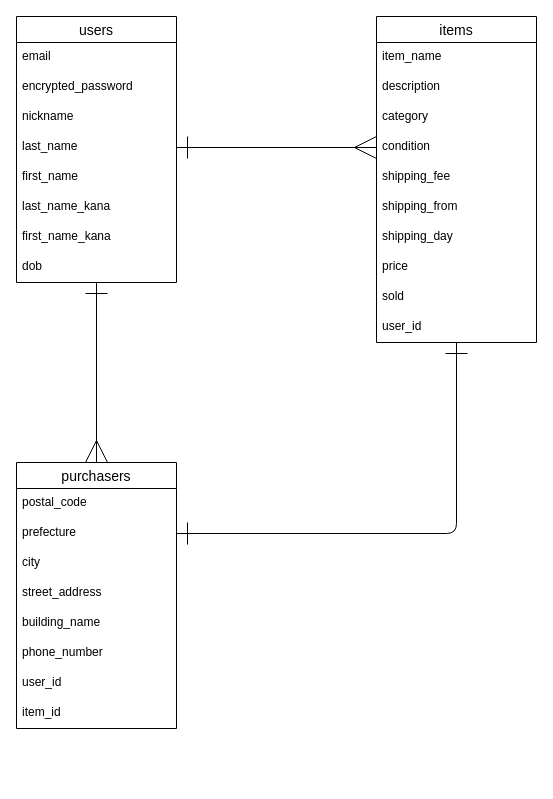
The draw.io diagram er.dio in ryodaiba/furima-40959, before the edit. Source tidied: cells renumbered, new cells numbered last; positions are measured from the earlier drawing's top-left corner, leaving out a move shared by most shapes. Both pictures are drawn from the tidied source at 100%, with x=0, y=0 at pixel (16, 16).
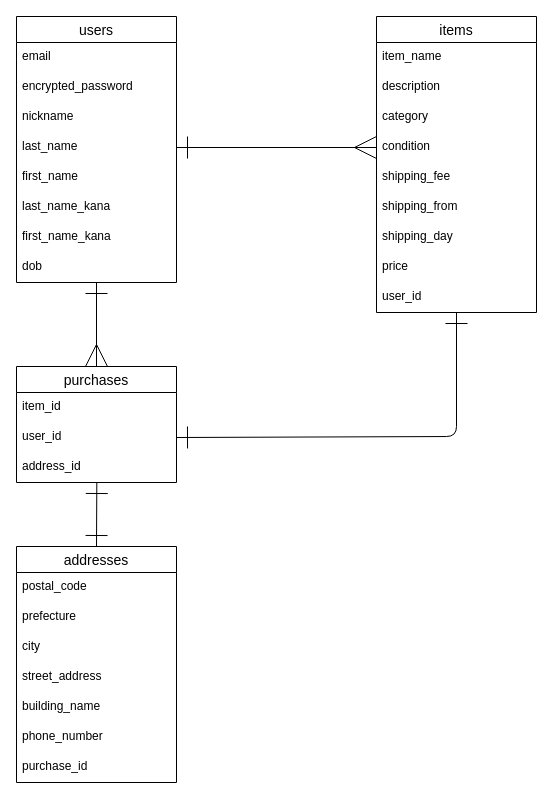
After the change.

Commit message (it also covers changes not shown here):
ER図とREADMEの修正

Unchanged cells that the change refers to:
```xml
<mxCell id="6" value="last_name" style="text;strokeColor=none;fillColor=none;spacingLeft=4;spacingRight=4;overflow=hidden;points=[[0,0.5],[1,0.5]];portConstraint=eastwest;fontSize=12;" parent="2" vertex="1">
  <mxGeometry y="116" width="160" height="30" as="geometry" />
</mxCell>
<mxCell id="10" value="dob" style="text;strokeColor=none;fillColor=none;spacingLeft=4;spacingRight=4;overflow=hidden;points=[[0,0.5],[1,0.5]];portConstraint=eastwest;fontSize=12;" parent="2" vertex="1">
  <mxGeometry y="236" width="160" height="30" as="geometry" />
</mxCell>
<mxCell id="15" value="condition" style="text;strokeColor=none;fillColor=none;spacingLeft=4;spacingRight=4;overflow=hidden;points=[[0,0.5],[1,0.5]];portConstraint=eastwest;fontSize=12;" parent="11" vertex="1">
  <mxGeometry y="116" width="160" height="30" as="geometry" />
</mxCell>
```

Diff of the diagram source:
```diff
@@
     <mxCell id="11" value="items" style="swimlane;fontStyle=0;horizontal=1;startSize=26;align=center;fontSize=14;" parent="1" vertex="1">
-      <mxGeometry x="360" width="160" height="326" as="geometry" />
+      <mxGeometry x="360" width="160" height="296" as="geometry" />
     </mxCell>
@@
-    <mxCell id="20" value="sold" style="text;strokeColor=none;fillColor=none;spacingLeft=4;spacingRight=4;overflow=hidden;fontSize=12;" parent="11" vertex="1">
-      <mxGeometry y="266" width="160" height="30" as="geometry" />
-    </mxCell>
     <mxCell id="21" value="user_id" style="text;strokeColor=none;fillColor=none;spacingLeft=4;spacingRight=4;overflow=hidden;fontSize=12;" parent="11" vertex="1">
-      <mxGeometry y="296" width="160" height="30" as="geometry" />
+      <mxGeometry y="266" width="160" height="30" as="geometry" />
     </mxCell>
-    <mxCell id="22" value="purchasers" style="swimlane;fontStyle=0;horizontal=1;startSize=26;align=center;fontSize=14;" parent="1" vertex="1">
-      <mxGeometry y="446" width="160" height="266" as="geometry" />
+    <mxCell id="22" value="purchases" style="swimlane;fontStyle=0;horizontal=1;startSize=26;align=center;fontSize=14;" parent="1" vertex="1">
+      <mxGeometry y="350" width="160" height="116" as="geometry" />
     </mxCell>
-    <mxCell id="23" value="postal_code" style="text;strokeColor=none;fillColor=none;spacingLeft=4;spacingRight=4;overflow=hidden;fontSize=12;" parent="22" vertex="1">
+    <mxCell id="23" value="item_id" style="text;strokeColor=none;fillColor=none;spacingLeft=4;spacingRight=4;overflow=hidden;fontSize=12;" parent="22" vertex="1">
       <mxGeometry y="26" width="160" height="30" as="geometry" />
     </mxCell>
-    <mxCell id="24" value="prefecture" style="text;strokeColor=none;fillColor=none;spacingLeft=4;spacingRight=4;overflow=hidden;points=[[0,0.5],[1,0.5]];portConstraint=eastwest;fontSize=12;" parent="22" vertex="1">
+    <mxCell id="24" value="user_id" style="text;strokeColor=none;fillColor=none;spacingLeft=4;spacingRight=4;overflow=hidden;points=[[0,0.5],[1,0.5]];portConstraint=eastwest;fontSize=12;" parent="22" vertex="1">
       <mxGeometry y="56" width="160" height="30" as="geometry" />
     </mxCell>
-    <mxCell id="25" value="city" style="text;strokeColor=none;fillColor=none;spacingLeft=4;spacingRight=4;overflow=hidden;points=[[0,0.5],[1,0.5]];portConstraint=eastwest;fontSize=12;" parent="22" vertex="1">
+    <mxCell id="25" value="address_id" style="text;strokeColor=none;fillColor=none;spacingLeft=4;spacingRight=4;overflow=hidden;points=[[0,0.5],[1,0.5]];portConstraint=eastwest;fontSize=12;" parent="22" vertex="1">
       <mxGeometry y="86" width="160" height="30" as="geometry" />
     </mxCell>
+    <mxCell id="31" style="edgeStyle=none;html=1;exitX=1;exitY=0.5;exitDx=0;exitDy=0;startArrow=ERone;startFill=0;endArrow=ERmany;endFill=0;endSize=20;startSize=20;entryX=0;entryY=0.5;entryDx=0;entryDy=0;" parent="1" edge="1" source="6" target="15">
+      <mxGeometry relative="1" as="geometry" />
+    </mxCell>
+    <mxCell id="32" style="edgeStyle=none;jumpSize=12;html=1;exitX=1;exitY=0.5;exitDx=0;exitDy=0;startArrow=ERone;startFill=0;endArrow=ERone;endFill=0;startSize=20;endSize=20;targetPerimeterSpacing=0;" parent="1" edge="1" source="24" target="11">
+      <mxGeometry relative="1" as="geometry">
+        <Array as="points">
+          <mxPoint x="440" y="420" />
+        </Array>
+      </mxGeometry>
+    </mxCell>
+    <mxCell id="33" style="edgeStyle=none;jumpSize=12;html=1;entryX=0.5;entryY=0;entryDx=0;entryDy=0;startArrow=ERone;startFill=0;endArrow=ERmany;endFill=0;startSize=20;endSize=20;targetPerimeterSpacing=0;" parent="1" edge="1" source="10" target="22">
+      <mxGeometry relative="1" as="geometry" />
+    </mxCell>
+    <mxCell id="34" value="addresses" style="swimlane;fontStyle=0;horizontal=1;startSize=26;align=center;fontSize=14;" parent="1" vertex="1">
+      <mxGeometry y="530" width="160" height="236" as="geometry" />
+    </mxCell>
+    <mxCell id="35" value="postal_code" style="text;strokeColor=none;fillColor=none;spacingLeft=4;spacingRight=4;overflow=hidden;fontSize=12;" parent="34" vertex="1">
+      <mxGeometry y="26" width="160" height="30" as="geometry" />
+    </mxCell>
+    <mxCell id="36" value="prefecture" style="text;strokeColor=none;fillColor=none;spacingLeft=4;spacingRight=4;overflow=hidden;fontSize=12;" parent="34" vertex="1">
+      <mxGeometry y="56" width="160" height="30" as="geometry" />
+    </mxCell>
+    <mxCell id="37" value="city" style="text;strokeColor=none;fillColor=none;spacingLeft=4;spacingRight=4;overflow=hidden;fontSize=12;" parent="34" vertex="1">
+      <mxGeometry y="86" width="160" height="30" as="geometry" />
+    </mxCell>
-    <mxCell id="26" value="street_address" style="text;strokeColor=none;fillColor=none;spacingLeft=4;spacingRight=4;overflow=hidden;fontSize=12;" parent="22" vertex="1">
+    <mxCell id="26" value="street_address" style="text;strokeColor=none;fillColor=none;spacingLeft=4;spacingRight=4;overflow=hidden;fontSize=12;" parent="34" vertex="1">
       <mxGeometry y="116" width="160" height="30" as="geometry" />
     </mxCell>
-    <mxCell id="27" value="building_name" style="text;strokeColor=none;fillColor=none;spacingLeft=4;spacingRight=4;overflow=hidden;fontSize=12;" parent="22" vertex="1">
+    <mxCell id="27" value="building_name" style="text;strokeColor=none;fillColor=none;spacingLeft=4;spacingRight=4;overflow=hidden;fontSize=12;" parent="34" vertex="1">
       <mxGeometry y="146" width="160" height="30" as="geometry" />
     </mxCell>
-    <mxCell id="28" value="phone_number" style="text;strokeColor=none;fillColor=none;spacingLeft=4;spacingRight=4;overflow=hidden;fontSize=12;" parent="22" vertex="1">
+    <mxCell id="28" value="phone_number" style="text;strokeColor=none;fillColor=none;spacingLeft=4;spacingRight=4;overflow=hidden;fontSize=12;" parent="34" vertex="1">
       <mxGeometry y="176" width="160" height="30" as="geometry" />
     </mxCell>
-    <mxCell id="29" value="user_id" style="text;strokeColor=none;fillColor=none;spacingLeft=4;spacingRight=4;overflow=hidden;fontSize=12;" parent="22" vertex="1">
-      <mxGeometry y="206" width="160" height="30" as="geometry" />
-    </mxCell>
-    <mxCell id="30" value="item_id" style="text;strokeColor=none;fillColor=none;spacingLeft=4;spacingRight=4;overflow=hidden;fontSize=12;" parent="22" vertex="1">
-      <mxGeometry y="236" width="160" height="30" as="geometry" />
-    </mxCell>
-    <mxCell id="31" style="edgeStyle=none;html=1;exitX=1;exitY=0.5;exitDx=0;exitDy=0;startArrow=ERone;startFill=0;endArrow=ERmany;endFill=0;endSize=20;startSize=20;entryX=0;entryY=0.5;entryDx=0;entryDy=0;" parent="1" edge="1" source="6" target="15">
-      <mxGeometry relative="1" as="geometry" />
-    </mxCell>
-    <mxCell id="32" style="edgeStyle=none;jumpSize=12;html=1;exitX=1;exitY=0.5;exitDx=0;exitDy=0;startArrow=ERone;startFill=0;endArrow=ERone;endFill=0;startSize=20;endSize=20;targetPerimeterSpacing=0;" parent="1" edge="1" source="24" target="11">
-      <mxGeometry relative="1" as="geometry">
-        <Array as="points">
-          <mxPoint x="440" y="517" />
-        </Array>
-      </mxGeometry>
-    </mxCell>
-    <mxCell id="33" style="edgeStyle=none;jumpSize=12;html=1;entryX=0.5;entryY=0;entryDx=0;entryDy=0;startArrow=ERone;startFill=0;endArrow=ERmany;endFill=0;startSize=20;endSize=20;targetPerimeterSpacing=0;" parent="1" edge="1" source="10" target="22">
-      <mxGeometry relative="1" as="geometry" />
-    </mxCell>
+    <mxCell id="38" value="purchase_id" style="text;strokeColor=none;fillColor=none;spacingLeft=4;spacingRight=4;overflow=hidden;fontSize=12;" parent="34" vertex="1">
+      <mxGeometry y="206" width="160" height="30" as="geometry" />
+    </mxCell>
+    <mxCell id="39" style="edgeStyle=none;html=1;exitX=0.502;exitY=1;exitDx=0;exitDy=0;entryX=0.5;entryY=0;entryDx=0;entryDy=0;startArrow=ERone;startFill=0;endArrow=ERone;endFill=0;endSize=20;startSize=20;exitPerimeter=0;" parent="1" edge="1" source="25" target="34">
+      <mxGeometry relative="1" as="geometry" />
+    </mxCell>
```
